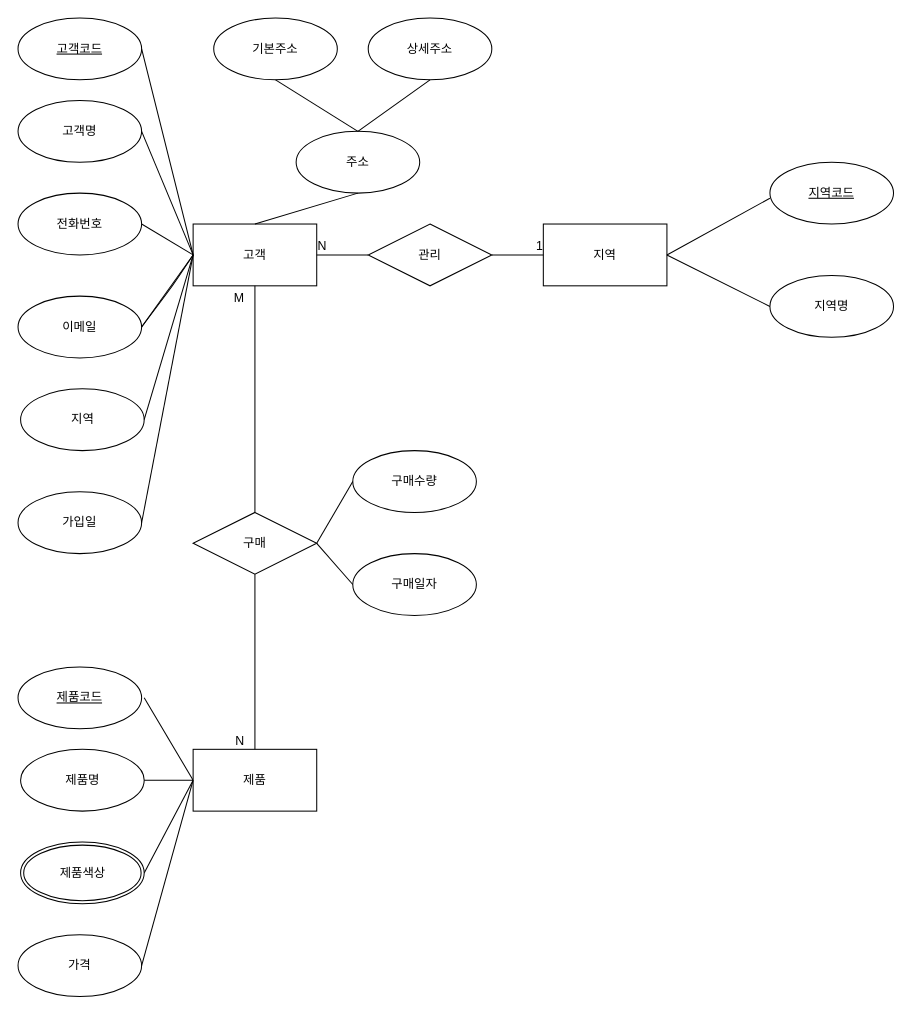
Above: page "Page-3" (3 of 4) of erd/hanbit.drawio in ChuBeomSik/oraclesource (draw.io), before the change. Source tidied: cells renumbered, new cells numbered last; positions are measured from the earlier drawing's top-left corner, leaving out a move shared by most shapes. Both pictures are drawn from the tidied source at 103%, with x=0, y=0 at pixel (18, 18).
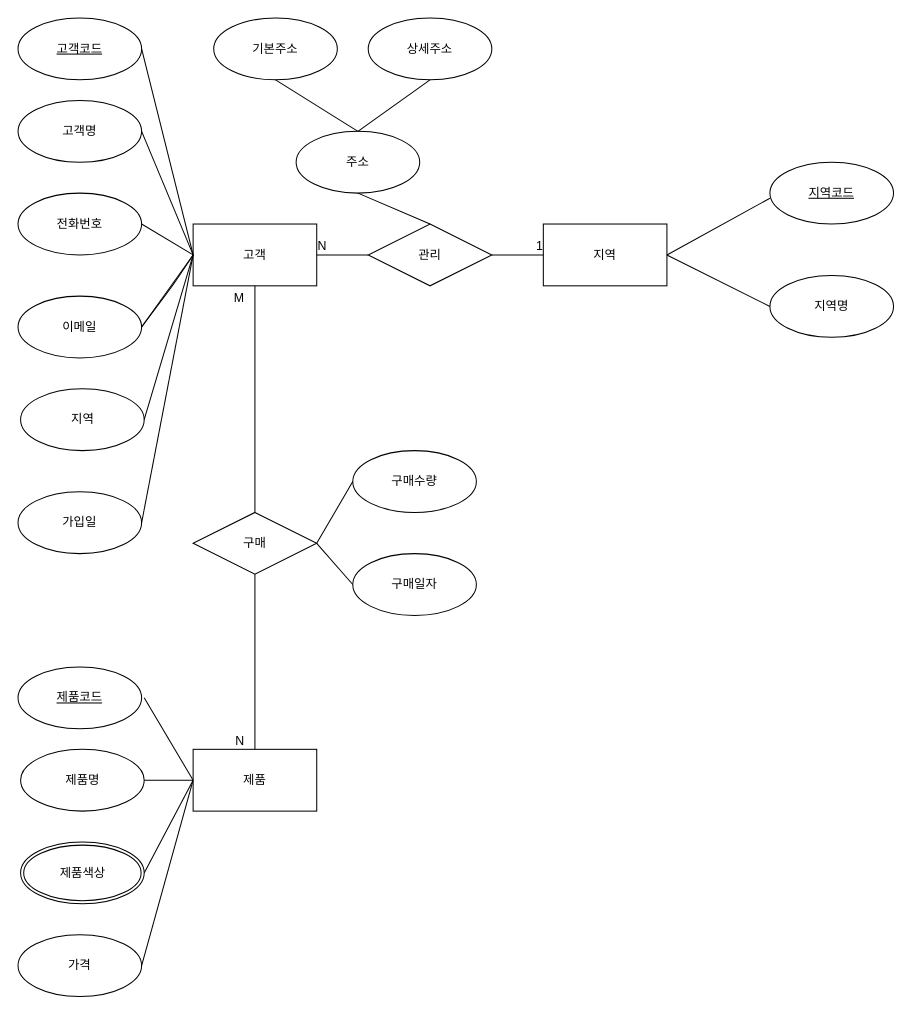
Above is the later version.

Unchanged cells that the change refers to:
```xml
<mxCell id="10" value="주소" style="ellipse;whiteSpace=wrap;html=1;" parent="1" vertex="1">
  <mxGeometry x="270" y="110" width="120" height="60" as="geometry" />
</mxCell>
<mxCell id="25" value="관리" style="shape=rhombus;perimeter=rhombusPerimeter;whiteSpace=wrap;html=1;align=center;" parent="1" vertex="1">
  <mxGeometry x="340" y="200" width="120" height="60" as="geometry" />
</mxCell>
```

The edit, as a diff of the source:
```diff
@@
-    <mxCell id="33" style="endArrow=none;html=1;entryX=0.5;entryY=1;entryDx=0;entryDy=0;" parent="1" edge="1" target="10">
-      <mxGeometry relative="1" as="geometry">
-        <mxPoint x="230" y="200" as="sourcePoint" />
-      </mxGeometry>
+    <mxCell id="33" style="endArrow=none;html=1;entryX=0.5;entryY=1;entryDx=0;entryDy=0;exitX=0.5;exitY=0;exitDx=0;exitDy=0;" parent="1" edge="1" source="25" target="10">
+      <mxGeometry relative="1" as="geometry" />
     </mxCell>
```
